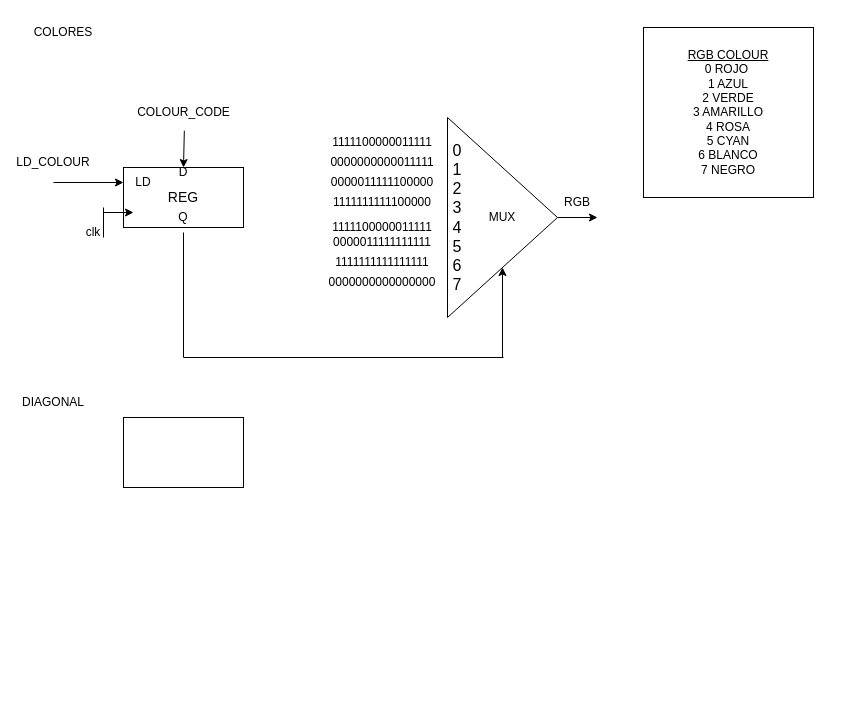
This is Proyecto/Diseños/Lcd_draw_up.drawio from marcosChoucino/SIstemasDigitales, a draw.io file, before an edit. Source tidied: cells renumbered, new cells numbered last; positions are measured from the earlier drawing's top-left corner, leaving out a move shared by most shapes. Both pictures are drawn from the tidied source at 100%, with x=0, y=0 at pixel (23, 17).
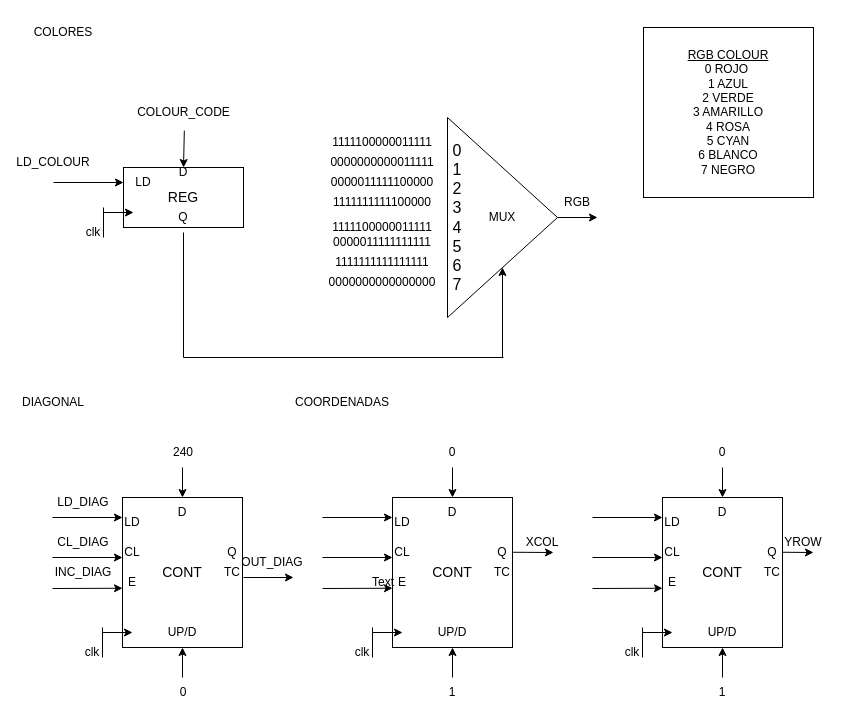
The same diagram, later.

Diff of the diagram source:
```diff
@@
     <mxCell id="33" style="rounded=0;whiteSpace=wrap;html=1;" parent="1" vertex="1">
-      <mxGeometry x="100" y="400" width="120" height="70" as="geometry" />
+      <mxGeometry x="99" y="480" width="120" height="150" as="geometry" />
     </mxCell>
+    <mxCell id="34" style="endArrow=classic;html=1;rounded=0;" parent="1" edge="1">
+      <mxGeometry relative="1" as="geometry">
+        <mxPoint x="79" y="615" as="sourcePoint" />
+        <mxPoint x="109" y="615" as="targetPoint" />
+      </mxGeometry>
+    </mxCell>
+    <mxCell id="35" style="endArrow=none;html=1;rounded=0;" parent="1" edge="1">
+      <mxGeometry relative="1" as="geometry">
+        <mxPoint x="79" y="610" as="sourcePoint" />
+        <mxPoint x="79" y="640" as="targetPoint" />
+      </mxGeometry>
+    </mxCell>
+    <mxCell id="36" value="clk" style="text;html=1;strokeColor=none;fillColor=none;align=center;verticalAlign=middle;whiteSpace=wrap;rounded=0;" parent="1" vertex="1">
+      <mxGeometry x="39" y="620" width="60" height="30" as="geometry" />
+    </mxCell>
+    <mxCell id="37" value="&lt;font style=&quot;font-size: 14px;&quot;&gt;CONT&lt;/font&gt;" style="text;html=1;strokeColor=none;fillColor=none;align=center;verticalAlign=middle;whiteSpace=wrap;rounded=0;" parent="1" vertex="1">
+      <mxGeometry x="129" y="540" width="60" height="30" as="geometry" />
+    </mxCell>
+    <mxCell id="38" value="D" style="text;html=1;strokeColor=none;fillColor=none;align=center;verticalAlign=middle;whiteSpace=wrap;rounded=0;" parent="1" vertex="1">
+      <mxGeometry x="129" y="480" width="60" height="30" as="geometry" />
+    </mxCell>
+    <mxCell id="39" value="LD" style="text;html=1;strokeColor=none;fillColor=none;align=center;verticalAlign=middle;whiteSpace=wrap;rounded=0;" parent="1" vertex="1">
+      <mxGeometry x="79" y="490" width="60" height="30" as="geometry" />
+    </mxCell>
+    <mxCell id="40" value="CL" style="text;html=1;strokeColor=none;fillColor=none;align=center;verticalAlign=middle;whiteSpace=wrap;rounded=0;" parent="1" vertex="1">
+      <mxGeometry x="79" y="520" width="60" height="30" as="geometry" />
+    </mxCell>
+    <mxCell id="41" value="E" style="text;html=1;strokeColor=none;fillColor=none;align=center;verticalAlign=middle;whiteSpace=wrap;rounded=0;" parent="1" vertex="1">
+      <mxGeometry x="79" y="550" width="60" height="30" as="geometry" />
+    </mxCell>
+    <mxCell id="42" value="UP/D" style="text;html=1;strokeColor=none;fillColor=none;align=center;verticalAlign=middle;whiteSpace=wrap;rounded=0;" parent="1" vertex="1">
+      <mxGeometry x="129" y="600" width="60" height="30" as="geometry" />
+    </mxCell>
+    <mxCell id="43" value="Q" style="text;html=1;strokeColor=none;fillColor=none;align=center;verticalAlign=middle;whiteSpace=wrap;rounded=0;" parent="1" vertex="1">
+      <mxGeometry x="179" y="520" width="60" height="30" as="geometry" />
+    </mxCell>
+    <mxCell id="44" value="TC" style="text;html=1;strokeColor=none;fillColor=none;align=center;verticalAlign=middle;whiteSpace=wrap;rounded=0;" parent="1" vertex="1">
+      <mxGeometry x="179" y="540" width="60" height="30" as="geometry" />
+    </mxCell>
+    <mxCell id="45" style="endArrow=classic;html=1;rounded=0;entryX=0.5;entryY=0;entryDx=0;entryDy=0;" parent="1" edge="1" target="38">
+      <mxGeometry relative="1" as="geometry">
+        <mxPoint x="159" y="450" as="sourcePoint" />
+      </mxGeometry>
+    </mxCell>
+    <mxCell id="46" style="endArrow=classic;html=1;rounded=0;entryX=0.333;entryY=0.333;entryDx=0;entryDy=0;entryPerimeter=0;" parent="1" edge="1" target="39">
+      <mxGeometry relative="1" as="geometry">
+        <mxPoint x="29" y="500" as="sourcePoint" />
+      </mxGeometry>
+    </mxCell>
+    <mxCell id="47" style="endArrow=classic;html=1;rounded=0;entryX=0.333;entryY=0.667;entryDx=0;entryDy=0;entryPerimeter=0;" parent="1" edge="1" target="40">
+      <mxGeometry relative="1" as="geometry">
+        <mxPoint x="29" y="540" as="sourcePoint" />
+      </mxGeometry>
+    </mxCell>
+    <mxCell id="48" style="endArrow=classic;html=1;rounded=0;entryX=0;entryY=0.605;entryDx=0;entryDy=0;entryPerimeter=0;" parent="1" edge="1" target="33">
+      <mxGeometry relative="1" as="geometry">
+        <mxPoint x="29" y="571" as="sourcePoint" />
+      </mxGeometry>
+    </mxCell>
+    <mxCell id="49" style="endArrow=classic;html=1;rounded=0;entryX=0.5;entryY=1;entryDx=0;entryDy=0;" parent="1" edge="1" target="42">
+      <mxGeometry relative="1" as="geometry">
+        <mxPoint x="159" y="660" as="sourcePoint" />
+      </mxGeometry>
+    </mxCell>
+    <mxCell id="50" style="rounded=0;whiteSpace=wrap;html=1;" parent="1" vertex="1">
+      <mxGeometry x="369" y="480" width="120" height="150" as="geometry" />
+    </mxCell>
+    <mxCell id="51" style="endArrow=classic;html=1;rounded=0;" parent="1" edge="1">
+      <mxGeometry relative="1" as="geometry">
+        <mxPoint x="349" y="615" as="sourcePoint" />
+        <mxPoint x="379" y="615" as="targetPoint" />
+      </mxGeometry>
+    </mxCell>
+    <mxCell id="52" style="endArrow=none;html=1;rounded=0;" parent="1" edge="1">
+      <mxGeometry relative="1" as="geometry">
+        <mxPoint x="349" y="610" as="sourcePoint" />
+        <mxPoint x="349" y="640" as="targetPoint" />
+      </mxGeometry>
+    </mxCell>
+    <mxCell id="53" value="clk" style="text;html=1;strokeColor=none;fillColor=none;align=center;verticalAlign=middle;whiteSpace=wrap;rounded=0;" parent="1" vertex="1">
+      <mxGeometry x="309" y="620" width="60" height="30" as="geometry" />
+    </mxCell>
+    <mxCell id="54" value="&lt;font style=&quot;font-size: 14px;&quot;&gt;CONT&lt;/font&gt;" style="text;html=1;strokeColor=none;fillColor=none;align=center;verticalAlign=middle;whiteSpace=wrap;rounded=0;" parent="1" vertex="1">
+      <mxGeometry x="399" y="540" width="60" height="30" as="geometry" />
+    </mxCell>
+    <mxCell id="55" value="D" style="text;html=1;strokeColor=none;fillColor=none;align=center;verticalAlign=middle;whiteSpace=wrap;rounded=0;" parent="1" vertex="1">
+      <mxGeometry x="399" y="480" width="60" height="30" as="geometry" />
+    </mxCell>
+    <mxCell id="56" value="LD" style="text;html=1;strokeColor=none;fillColor=none;align=center;verticalAlign=middle;whiteSpace=wrap;rounded=0;" parent="1" vertex="1">
+      <mxGeometry x="349" y="490" width="60" height="30" as="geometry" />
+    </mxCell>
+    <mxCell id="57" value="CL" style="text;html=1;strokeColor=none;fillColor=none;align=center;verticalAlign=middle;whiteSpace=wrap;rounded=0;" parent="1" vertex="1">
+      <mxGeometry x="349" y="520" width="60" height="30" as="geometry" />
+    </mxCell>
+    <mxCell id="58" value="E" style="text;html=1;strokeColor=none;fillColor=none;align=center;verticalAlign=middle;whiteSpace=wrap;rounded=0;" parent="1" vertex="1">
+      <mxGeometry x="349" y="550" width="60" height="30" as="geometry" />
+    </mxCell>
+    <mxCell id="59" value="UP/D" style="text;html=1;strokeColor=none;fillColor=none;align=center;verticalAlign=middle;whiteSpace=wrap;rounded=0;" parent="1" vertex="1">
+      <mxGeometry x="399" y="600" width="60" height="30" as="geometry" />
+    </mxCell>
+    <mxCell id="60" value="Q" style="text;html=1;strokeColor=none;fillColor=none;align=center;verticalAlign=middle;whiteSpace=wrap;rounded=0;" parent="1" vertex="1">
+      <mxGeometry x="449" y="520" width="60" height="30" as="geometry" />
+    </mxCell>
+    <mxCell id="61" value="TC" style="text;html=1;strokeColor=none;fillColor=none;align=center;verticalAlign=middle;whiteSpace=wrap;rounded=0;" parent="1" vertex="1">
+      <mxGeometry x="449" y="540" width="60" height="30" as="geometry" />
+    </mxCell>
+    <mxCell id="62" style="endArrow=classic;html=1;rounded=0;entryX=0.5;entryY=0;entryDx=0;entryDy=0;" parent="1" edge="1" target="55">
+      <mxGeometry relative="1" as="geometry">
+        <mxPoint x="429" y="450" as="sourcePoint" />
+      </mxGeometry>
+    </mxCell>
+    <mxCell id="63" style="endArrow=classic;html=1;rounded=0;entryX=0.333;entryY=0.333;entryDx=0;entryDy=0;entryPerimeter=0;" parent="1" edge="1" target="56">
+      <mxGeometry relative="1" as="geometry">
+        <mxPoint x="299" y="500" as="sourcePoint" />
+      </mxGeometry>
+    </mxCell>
+    <mxCell id="64" style="endArrow=classic;html=1;rounded=0;entryX=0.333;entryY=0.667;entryDx=0;entryDy=0;entryPerimeter=0;" parent="1" edge="1" target="57">
+      <mxGeometry relative="1" as="geometry">
+        <mxPoint x="299" y="540" as="sourcePoint" />
+      </mxGeometry>
+    </mxCell>
+    <mxCell id="65" style="endArrow=classic;html=1;rounded=0;entryX=0;entryY=0.605;entryDx=0;entryDy=0;entryPerimeter=0;" parent="1" edge="1" target="50">
+      <mxGeometry relative="1" as="geometry">
+        <mxPoint x="299" y="571" as="sourcePoint" />
+      </mxGeometry>
+    </mxCell>
+    <mxCell id="66" style="endArrow=classic;html=1;rounded=0;entryX=0.5;entryY=1;entryDx=0;entryDy=0;" parent="1" edge="1" target="59">
+      <mxGeometry relative="1" as="geometry">
+        <mxPoint x="429" y="660" as="sourcePoint" />
+      </mxGeometry>
+    </mxCell>
+    <mxCell id="67" style="rounded=0;whiteSpace=wrap;html=1;" parent="1" vertex="1">
+      <mxGeometry x="639" y="480" width="120" height="150" as="geometry" />
+    </mxCell>
+    <mxCell id="68" style="endArrow=classic;html=1;rounded=0;" parent="1" edge="1">
+      <mxGeometry relative="1" as="geometry">
+        <mxPoint x="619" y="615" as="sourcePoint" />
+        <mxPoint x="649" y="615" as="targetPoint" />
+      </mxGeometry>
+    </mxCell>
+    <mxCell id="69" style="endArrow=none;html=1;rounded=0;" parent="1" edge="1">
+      <mxGeometry relative="1" as="geometry">
+        <mxPoint x="619" y="610" as="sourcePoint" />
+        <mxPoint x="619" y="640" as="targetPoint" />
+      </mxGeometry>
+    </mxCell>
+    <mxCell id="70" value="clk" style="text;html=1;strokeColor=none;fillColor=none;align=center;verticalAlign=middle;whiteSpace=wrap;rounded=0;" parent="1" vertex="1">
+      <mxGeometry x="579" y="620" width="60" height="30" as="geometry" />
+    </mxCell>
+    <mxCell id="71" value="&lt;font style=&quot;font-size: 14px;&quot;&gt;CONT&lt;/font&gt;" style="text;html=1;strokeColor=none;fillColor=none;align=center;verticalAlign=middle;whiteSpace=wrap;rounded=0;" parent="1" vertex="1">
+      <mxGeometry x="669" y="540" width="60" height="30" as="geometry" />
+    </mxCell>
+    <mxCell id="72" value="D" style="text;html=1;strokeColor=none;fillColor=none;align=center;verticalAlign=middle;whiteSpace=wrap;rounded=0;" parent="1" vertex="1">
+      <mxGeometry x="669" y="480" width="60" height="30" as="geometry" />
+    </mxCell>
+    <mxCell id="73" value="LD" style="text;html=1;strokeColor=none;fillColor=none;align=center;verticalAlign=middle;whiteSpace=wrap;rounded=0;" parent="1" vertex="1">
+      <mxGeometry x="619" y="490" width="60" height="30" as="geometry" />
+    </mxCell>
+    <mxCell id="74" value="CL" style="text;html=1;strokeColor=none;fillColor=none;align=center;verticalAlign=middle;whiteSpace=wrap;rounded=0;" parent="1" vertex="1">
+      <mxGeometry x="619" y="520" width="60" height="30" as="geometry" />
+    </mxCell>
+    <mxCell id="75" value="E" style="text;html=1;strokeColor=none;fillColor=none;align=center;verticalAlign=middle;whiteSpace=wrap;rounded=0;" parent="1" vertex="1">
+      <mxGeometry x="619" y="550" width="60" height="30" as="geometry" />
+    </mxCell>
+    <mxCell id="76" value="UP/D" style="text;html=1;strokeColor=none;fillColor=none;align=center;verticalAlign=middle;whiteSpace=wrap;rounded=0;" parent="1" vertex="1">
+      <mxGeometry x="669" y="600" width="60" height="30" as="geometry" />
+    </mxCell>
+    <mxCell id="77" value="Q" style="text;html=1;strokeColor=none;fillColor=none;align=center;verticalAlign=middle;whiteSpace=wrap;rounded=0;" parent="1" vertex="1">
+      <mxGeometry x="719" y="520" width="60" height="30" as="geometry" />
+    </mxCell>
+    <mxCell id="78" value="TC" style="text;html=1;strokeColor=none;fillColor=none;align=center;verticalAlign=middle;whiteSpace=wrap;rounded=0;" parent="1" vertex="1">
+      <mxGeometry x="719" y="540" width="60" height="30" as="geometry" />
+    </mxCell>
+    <mxCell id="79" style="endArrow=classic;html=1;rounded=0;entryX=0.5;entryY=0;entryDx=0;entryDy=0;" parent="1" edge="1" target="72">
+      <mxGeometry relative="1" as="geometry">
+        <mxPoint x="699" y="450" as="sourcePoint" />
+      </mxGeometry>
+    </mxCell>
+    <mxCell id="80" style="endArrow=classic;html=1;rounded=0;entryX=0.333;entryY=0.333;entryDx=0;entryDy=0;entryPerimeter=0;" parent="1" edge="1" target="73">
+      <mxGeometry relative="1" as="geometry">
+        <mxPoint x="569" y="500" as="sourcePoint" />
+      </mxGeometry>
+    </mxCell>
+    <mxCell id="81" style="endArrow=classic;html=1;rounded=0;entryX=0.333;entryY=0.667;entryDx=0;entryDy=0;entryPerimeter=0;" parent="1" edge="1" target="74">
+      <mxGeometry relative="1" as="geometry">
+        <mxPoint x="569" y="540" as="sourcePoint" />
+      </mxGeometry>
+    </mxCell>
+    <mxCell id="82" style="endArrow=classic;html=1;rounded=0;entryX=0;entryY=0.605;entryDx=0;entryDy=0;entryPerimeter=0;" parent="1" edge="1" target="67">
+      <mxGeometry relative="1" as="geometry">
+        <mxPoint x="569" y="571" as="sourcePoint" />
+      </mxGeometry>
+    </mxCell>
+    <mxCell id="83" style="endArrow=classic;html=1;rounded=0;entryX=0.5;entryY=1;entryDx=0;entryDy=0;" parent="1" edge="1" target="76">
+      <mxGeometry relative="1" as="geometry">
+        <mxPoint x="699" y="660" as="sourcePoint" />
+      </mxGeometry>
+    </mxCell>
+    <mxCell id="84" value="COORDENADAS" style="text;html=1;strokeColor=none;fillColor=none;align=center;verticalAlign=middle;whiteSpace=wrap;rounded=0;" parent="1" vertex="1">
+      <mxGeometry x="289" y="370" width="60" height="30" as="geometry" />
+    </mxCell>
+    <mxCell id="85" value="240" style="text;html=1;strokeColor=none;fillColor=none;align=center;verticalAlign=middle;whiteSpace=wrap;rounded=0;" parent="1" vertex="1">
+      <mxGeometry x="130" y="420" width="60" height="30" as="geometry" />
+    </mxCell>
+    <mxCell id="86" value="0" style="text;html=1;strokeColor=none;fillColor=none;align=center;verticalAlign=middle;whiteSpace=wrap;rounded=0;" parent="1" vertex="1">
+      <mxGeometry x="399" y="420" width="60" height="30" as="geometry" />
+    </mxCell>
+    <mxCell id="87" value="0" style="text;html=1;strokeColor=none;fillColor=none;align=center;verticalAlign=middle;whiteSpace=wrap;rounded=0;" parent="1" vertex="1">
+      <mxGeometry x="669" y="420" width="60" height="30" as="geometry" />
+    </mxCell>
+    <mxCell id="88" value="0" style="text;html=1;strokeColor=none;fillColor=none;align=center;verticalAlign=middle;whiteSpace=wrap;rounded=0;" parent="1" vertex="1">
+      <mxGeometry x="130" y="660" width="60" height="30" as="geometry" />
+    </mxCell>
+    <mxCell id="89" value="1" style="text;html=1;strokeColor=none;fillColor=none;align=center;verticalAlign=middle;whiteSpace=wrap;rounded=0;" parent="1" vertex="1">
+      <mxGeometry x="399" y="660" width="60" height="30" as="geometry" />
+    </mxCell>
+    <mxCell id="90" value="1" style="text;html=1;strokeColor=none;fillColor=none;align=center;verticalAlign=middle;whiteSpace=wrap;rounded=0;" parent="1" vertex="1">
+      <mxGeometry x="669" y="660" width="60" height="30" as="geometry" />
+    </mxCell>
+    <mxCell id="91" style="endArrow=classic;html=1;rounded=0;" parent="1" edge="1">
+      <mxGeometry relative="1" as="geometry">
+        <mxPoint x="220" y="560" as="sourcePoint" />
+        <mxPoint x="270" y="560" as="targetPoint" />
+      </mxGeometry>
+    </mxCell>
+    <mxCell id="92" style="endArrow=classic;html=1;rounded=0;exitX=1.005;exitY=0.365;exitDx=0;exitDy=0;exitPerimeter=0;" parent="1" edge="1" source="50">
+      <mxGeometry relative="1" as="geometry">
+        <mxPoint x="530" y="535" as="targetPoint" />
+      </mxGeometry>
+    </mxCell>
+    <mxCell id="93" style="endArrow=classic;html=1;rounded=0;exitX=1.002;exitY=0.365;exitDx=0;exitDy=0;exitPerimeter=0;" parent="1" edge="1" source="67">
+      <mxGeometry relative="1" as="geometry">
+        <mxPoint x="790" y="535" as="targetPoint" />
+      </mxGeometry>
+    </mxCell>
+    <mxCell id="94" value="Text" style="text;html=1;strokeColor=none;fillColor=none;align=center;verticalAlign=middle;whiteSpace=wrap;rounded=0;" parent="1" vertex="1">
+      <mxGeometry x="330" y="550" width="60" height="30" as="geometry" />
+    </mxCell>
+    <mxCell id="95" value="OUT_DIAG" style="text;html=1;strokeColor=none;fillColor=none;align=center;verticalAlign=middle;whiteSpace=wrap;rounded=0;" parent="1" vertex="1">
+      <mxGeometry x="219" y="530" width="60" height="30" as="geometry" />
+    </mxCell>
+    <mxCell id="96" value="XCOL" style="text;html=1;strokeColor=none;fillColor=none;align=center;verticalAlign=middle;whiteSpace=wrap;rounded=0;" parent="1" vertex="1">
+      <mxGeometry x="489" y="510" width="60" height="30" as="geometry" />
+    </mxCell>
+    <mxCell id="97" value="YROW" style="text;html=1;strokeColor=none;fillColor=none;align=center;verticalAlign=middle;whiteSpace=wrap;rounded=0;" parent="1" vertex="1">
+      <mxGeometry x="750" y="510" width="60" height="30" as="geometry" />
+    </mxCell>
+    <mxCell id="98" value="LD_DIAG" style="text;html=1;strokeColor=none;fillColor=none;align=center;verticalAlign=middle;whiteSpace=wrap;rounded=0;" parent="1" vertex="1">
+      <mxGeometry x="30" y="470" width="60" height="30" as="geometry" />
+    </mxCell>
+    <mxCell id="99" value="CL_DIAG" style="text;html=1;strokeColor=none;fillColor=none;align=center;verticalAlign=middle;whiteSpace=wrap;rounded=0;" parent="1" vertex="1">
+      <mxGeometry x="30" y="510" width="60" height="30" as="geometry" />
+    </mxCell>
+    <mxCell id="100" value="INC_DIAG" style="text;html=1;strokeColor=none;fillColor=none;align=center;verticalAlign=middle;whiteSpace=wrap;rounded=0;" parent="1" vertex="1">
+      <mxGeometry x="30" y="540" width="60" height="30" as="geometry" />
+    </mxCell>
```
